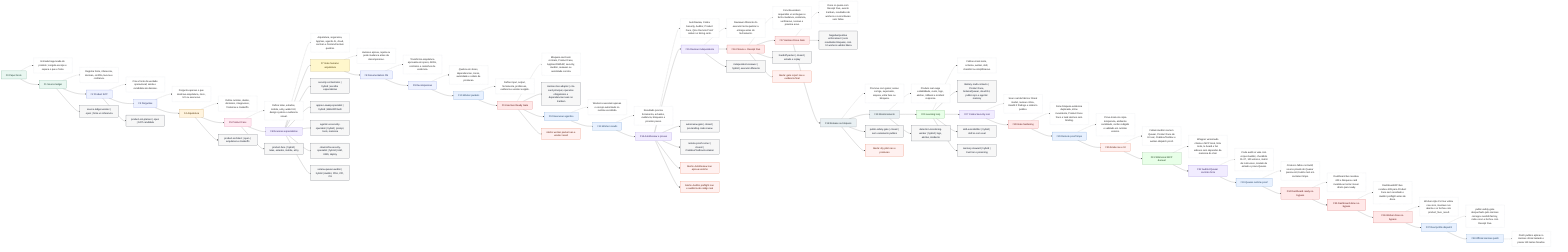
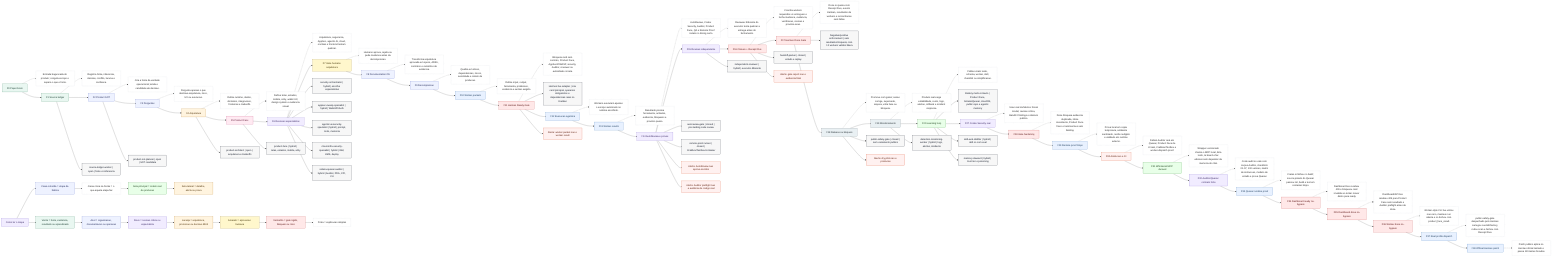
flowchart LR
  F0["F0 Paper bruto"]:::source
  F0D["Entrada baguncada do produto; congela escopo e separa o que e fonte."]:::desc
  F0 -.-> F0D
  F0 --> F1

  F1["F1 Source ledger"]:::source
  F1D["Registra fonte, inferencia, decisao, conflito, lacuna e confianca."]:::desc
  F1 -.-> F1D
  F1 --> F2

  F2["F2 Product SOT"]:::planning
  F2D["Cria a fonte da verdade operacional; ainda e candidata ate decisao."]:::desc
  F2 -.-> F2D
  F2 --> F3

  F3["F3 Perguntas"]:::planning
  F3D["Pergunta apenas o que destrava arquitetura, risco, UX ou execucao."]:::desc
  F3 -.-> F3D
  F3 --> F4

  F4["F4 Arquitetura"]:::architecture
  F4D["Define runtime, dados, dominios, integracoes, fronteiras e tradeoffs."]:::desc
  F4 -.-> F4D
  F4 --> F5

  F5["F5 Product Face"]:::face
  F5D["Define telas, estados, mobile, a11y, wallet UX, design system e evidencia visual."]:::desc
  F5 -.-> F5D
  F5 --> F6

  F6["F6 Revisoes especialistas"]:::review
  F6D["Arquitetura, seguranca, AppSec, agentic AI, cloud, onchain e frontend tentam quebrar."]:::desc
  F6 -.-> F6D
  F6 --> F7

  F7["F7 Gate humano arquitetura"]:::human
  F7D["Humano aprova, rejeita ou pede mudanca antes da decomposicao."]:::desc
  F7 -.-> F7D
  F7 --> F8

  F8["F8 Documentation OS"]:::planning
  F8D["Transforma arquitetura aprovada em specs, ADRs, contratos e caminhos de evidencia."]:::desc
  F8 -.-> F8D
  F8 --> F9

  F9["F9 Decomposicao"]:::planning
  F9D["Quebra em slices, dependencias, riscos, autoridade e ordem de producao."]:::desc
  F9 -.-> F9D
  F9 --> F10

  F10["F10 Worker packets"]:::execution
  F10D["Define input, output, ferramenta, proibicoes, evidencia e worker exigido."]:::desc
  F10 -.-> F10D
  F10 --> F11

  F11["F11 Hermes Ready Gate"]:::gate
  F11D["Bloqueia card sem contrato, Product Face, AppSec/OWASP, security, Auditor, reviewer ou autoridade correta."]:::desc
  F11 -.-> F11D
  F11 --> H1["Hermes live adapter | cria card principal, operarios obrigatorios e dependencias reais no Kanban"]:::worker
  F11 --> F12

  F12["F12 Execucao agentica"]:::execution
  F12D["Workers executam apenas o escopo autorizado no runtime escolhido."]:::desc
  F12 -.-> F12D
  F12 --> F13

  F13["F13 Worker results"]:::execution
  F13D["Resultado precisa ferramenta, achados, evidencia, bloqueios e proximo passo."]:::desc
  F13 -.-> F13D
  F13 --> F14

  F14["F14 AutoReview e provas"]:::review
  F14D["AutoReview, Codex Security, Auditor, Product Face, QA e Remote Proof rodam no timing certo."]:::desc
  F14 -.-> F14D
  F14 --> F15

  F15["F15 Revisao independente"]:::review
  F15D["Reviewer diferente do executor tenta quebrar a entrega antes do fechamento."]:::desc
  F15 -.-> F15D
  F15 --> F16

  F16["F16 Closure + Receipt Five"]:::gate
  F16D["Concilia workers requeridos vs entregues e fecha mudanca, evidencia, verificacao, revisao e proxima acao."]:::desc
  F16 -.-> F16D
  F16 --> F17

  F17["F17 Hermes Done Gate"]:::gate
  F17D["Done so passa com Receipt Five, evento Kanban, resultados de workers e reconciliacao sem faltas."]:::desc
  F17 -.-> F17D
  F17 --> H2["Negative/positive enforcement | sem resultados bloqueia; com 12 workers validos libera"]:::worker
  F17 --> F18

  F18["F18 Release ou bloqueio"]:::release
  F18D["Promove com gates; senao corrige, supersede, arquiva, volta fase ou bloqueia."]:::desc
  F18 -.-> F18D
  F18 --> F19

  F19["F19 Monitoramento"]:::release
  F19D["Produto real exige estabilidade, custo, logs, alertas, rollback e incident response."]:::desc
  F19 -.-> F19D
  F19 --> F20

  F20["F20 Learning loop"]:::learning
  F20D["Falhas viram teste, schema, worker, skill, checklist ou simplificacao."]:::desc
  F20 -.-> F20D
  F20 --> H3["Battery multi-contexto | Product Face, Solana/Quasar, cloud R4, public repo e agentic memory"]:::worker
  F20 --> F27

  F27["F27 Codex Security real"]:::review
  F27D["Scan real da fabrica: threat model, revisao critica, Bandit 0 findings e relatorio publico."]:::desc
  F27 -.-> F27D
  F27 --> F28

  F28["F28 Gate hardening"]:::gate
  F28D["Done bloqueia evidencia duplicada, inline inexistente, Product Face fraco e task Hermes sem binding."]:::desc
  F28 -.-> F28D
  F28 --> F29

  F29["F29 Remote proof limpo"]:::execution
  F29D["Prova local em copia temporaria, ambiente sanitizado, recibo redigido e validado em runtime externo."]:::desc
  F29 -.-> F29D
  F29 --> F30

  F30["F30 Ainda nao e 10"]:::alert
  F30D["Faltam Auditor real em Quasar, Product Face de UI real, Crabbox/Testbox e worker-dispatch proof."]:::desc
  F30 -.-> F30D
  F30 --> F31

  F31["F31 Whimsical MCP duravel"]:::learning
  F31D["Wrapper versionado chama o MCP local, lista tools, le board e faz edicoes sem depender da memoria do chat."]:::desc
  F31 -.-> F31D
  F31 --> F32

  F32["F32 Auditor/Quasar contrato forte"]:::review
  F32D["Code audit so vale com corpus Auditor, checklists 01-07, 100 vetores, matriz de instrucoes, modelo de estado e prova Quasar."]:::desc
  F32 -.-> F32D
  F32 --> F33

  F33["F33 Quasar runtime proof"]:::execution
  F33D["Crates.io falhou no build; source pinado do Quasar passou init, build e test em container limpo."]:::desc
  F33 -.-> F33D
  F33 --> F34

  F34["F34 Dashboard ready no-bypass"]:::gate
  F34D["Dashboard live recebeu 409 e bloqueou card invalida ao tentar mover direto para ready."]:::desc
  F34 -.-> F34D
  F34 --> F35

  F35["F35 Dashboard done no-bypass"]:::gate
  F35D["Dashboard/API live recebeu 409 para Product Face sem resultado e Auditor preflight antes de done."]:::desc
  F35 -.-> F35D
  F35 --> F36

  F36["F36 Worker done no-bypass"]:::gate
  F36D["Worker-style CLI live voltou nao-zero, manteve run aberta e so fechou com product_face_result."]:::desc
  F36 -.-> F36D
  F36 --> F37

  F37["F37 Real profile dispatch"]:::execution
  F37D["public-safety-gate despachado pelo Hermes carregou overkill-factory, rodou scan e fechou com Receipt Five."]:::desc
  F37 -.-> F37D
  F37 --> F38

  F38["F38 Official Hermes patch"]:::execution
  F38D["Patch publico aplica no Hermes oficial testado e passa 119 testes focados."]:::desc
  F38 -.-> F38D

  F1 --> W1["source-ledger-worker | open | fonte vs inferencia"]:::worker
  F2 --> W2["product-sot-planner | open | SOT candidata"]:::worker
  F4 --> W3["product-architect | open | arquitetura e tradeoffs"]:::worker
  F5 --> W4["product-face | hybrid | telas, estados, mobile, a11y"]:::worker
  F6 --> W5["security-orchestrator | hybrid | escolhe especialistas"]:::worker
  F6 --> W6["appsec-owasp-specialist | hybrid | Web/API/Auth"]:::worker
  F6 --> W7["agentic-ai-security-specialist | hybrid | prompt, tools, memoria"]:::worker
  F6 --> W8["cloud-infra-security-specialist | hybrid | IAM, KMS, deploy"]:::worker
  F6 --> W9["solana-quasar-auditor | hybrid | Auditor, PDA, CPI, CU"]:::worker
  F14 --> W10["autoreview-gate | closed | pre-landing code review"]:::worker
  F14 --> W11["remote-proof-runner | closed | Crabbox/Testbox/container"]:::worker
  F15 --> W12["independent-reviewer | hybrid | executor diferente"]:::worker
  F16 --> W13["handoff-packer | closed | estado e replay"]:::worker
  F18 --> W14["public-safety-gate | closed | sem vazamento publico"]:::worker
  F19 --> W15["detection-monitoring-worker | hybrid | logs, alertas, incidente"]:::worker
  F20 --> W16["skill-eval-distiller | hybrid | skill so com eval"]:::worker
  F20 --> W17["memory-steward | hybrid | trust tier e poisoning"]:::worker

  F11 --> A1["Alerta: worker packet nao e worker result"]:::alert
  F16 --> A2["Alerta: gate report nao e evidencia final"]:::alert
  F14 --> A3["Alerta: AutoReview nao aprova sozinho"]:::alert
  F14 --> A4["Alerta: Auditor preflight nao e auditoria de codigo real"]:::alert
  F18 --> A5["Alerta: dry pilot nao e producao"]:::alert

+   LEGEND0["Como ler o mapa"]:::review
+   LEGEND1["Caixa colorida = etapa da fabrica"]:::planning
+   LEGEND2["Caixa cinza na frente = o que aquela etapa faz"]:::desc
+   LEGEND3["Seta principal = ordem real de producao"]:::learning
+   LEGEND4["Seta lateral = detalhe, alerta ou prova"]:::architecture
+   LEGEND5["Verde = fonte, evidencia, resultado ou aprendizado"]:::source
+   LEGEND6["Azul = organizacao, documentacao ou operacao"]:::planning
+   LEGEND7["Roxo = revisao critica ou especialista"]:::review
+   LEGEND8["Laranja = arquitetura, promocao ou decisao dificil"]:::architecture
+   LEGEND9["Amarelo = aprovacao humana"]:::human
+   LEGEND10["Vermelho = gate rigido, bloqueio ou risco"]:::gate
+   LEGEND11["Prata = explicacao simples"]:::desc
+ 
+   LEGEND0 --> LEGEND1 --> LEGEND2 --> LEGEND3 --> LEGEND4
+   LEGEND0 --> LEGEND5 --> LEGEND6 --> LEGEND7 --> LEGEND8 --> LEGEND9 --> LEGEND10 --> LEGEND11
+ 
  classDef source fill:#e9f7f1,stroke:#217a54,color:#12372a;
  classDef planning fill:#eef2ff,stroke:#4f63c6,color:#1c2455;
  classDef architecture fill:#fff4df,stroke:#b36b00,color:#4a2d00;
  classDef face fill:#ffeaf2,stroke:#c23b72,color:#5f1735;
  classDef review fill:#f1ecff,stroke:#7656c9,color:#33215f;
  classDef human fill:#fff7cc,stroke:#9b7a00,color:#3d3000;
  classDef execution fill:#e8f1ff,stroke:#2e6db5,color:#173858;
  classDef gate fill:#ffe8e8,stroke:#bf3434,color:#5a1111;
  classDef release fill:#e9f0f3,stroke:#51626b,color:#202b30;
  classDef learning fill:#e8ffe8,stroke:#3b8b3b,color:#173d17;
  classDef desc fill:#ffffff,stroke:#aab3bd,color:#222222,stroke-dasharray: 3 3;
  classDef worker fill:#f7f7f7,stroke:#111827,color:#111827;
  classDef alert fill:#fff1f0,stroke:#d4380d,color:#5c1a08;
